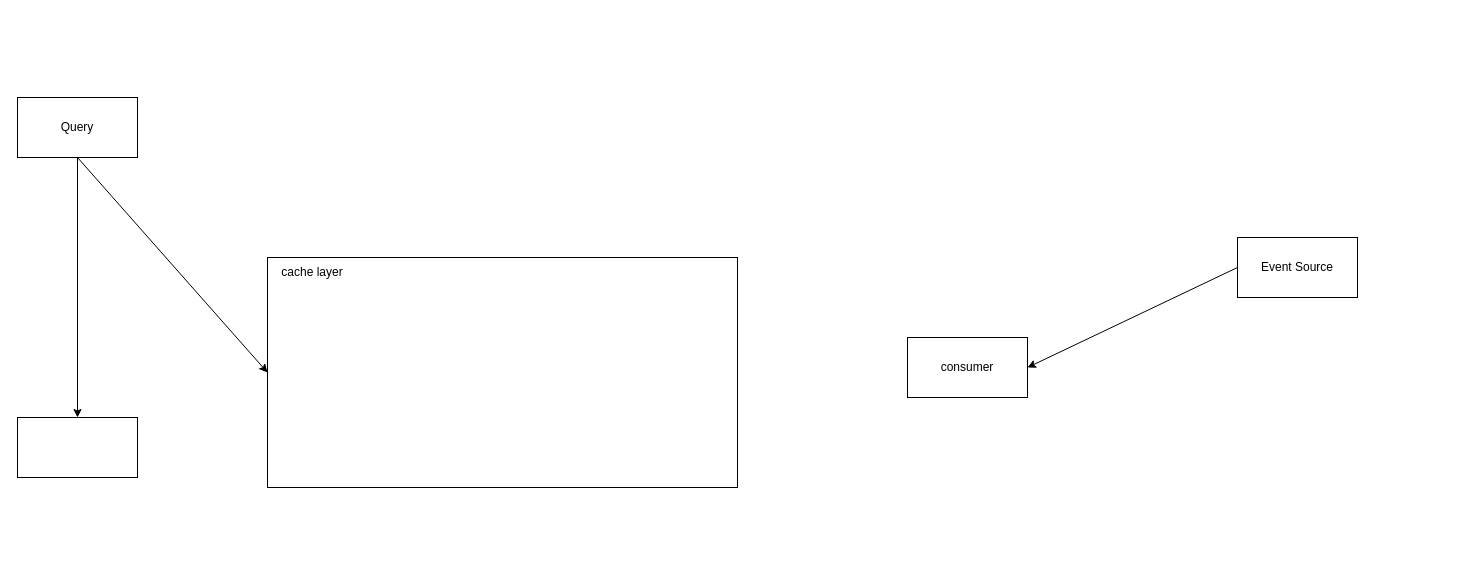
Earlier version of the draw.io diagram caching_server.drawio (xhd2015/bog). Source tidied: cells renumbered, new cells numbered last; positions are measured from the earlier drawing's top-left corner, leaving out a move shared by most shapes. Both pictures are drawn from the tidied source at 100%, with x=0, y=0 at pixel (17, 97).
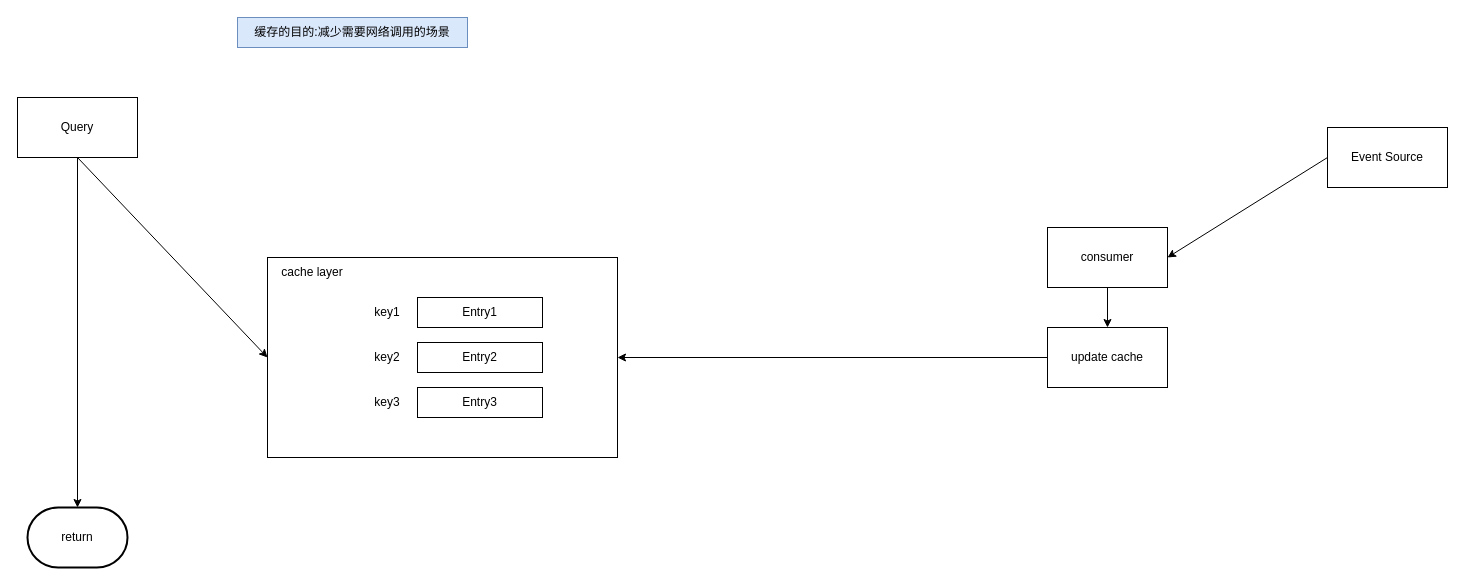
The same page after the edit.

Unchanged cells that the change refers to:
```xml
<mxCell id="2" value="Query" style="rounded=0;whiteSpace=wrap;html=1;" parent="1" vertex="1">
  <mxGeometry width="120" height="60" as="geometry" />
</mxCell>
```

The edit, as a diff of the source:
```diff
@@
     <mxCell id="3" value="Event Source" style="rounded=0;whiteSpace=wrap;html=1;" parent="1" vertex="1">
-      <mxGeometry x="1220" y="140" width="120" height="60" as="geometry" />
+      <mxGeometry x="1310" y="30" width="120" height="60" as="geometry" />
     </mxCell>
     <mxCell id="4" style="rounded=0;whiteSpace=wrap;html=1;" parent="1" vertex="1">
-      <mxGeometry x="250" y="160" width="470" height="230" as="geometry" />
+      <mxGeometry x="250" y="160" width="350" height="200" as="geometry" />
     </mxCell>
@@
     <mxCell id="6" value="consumer" style="rounded=0;whiteSpace=wrap;html=1;" parent="1" vertex="1">
-      <mxGeometry x="890" y="240" width="120" height="60" as="geometry" />
+      <mxGeometry x="1030" y="130" width="120" height="60" as="geometry" />
     </mxCell>
@@
-    <mxCell id="8" style="rounded=0;whiteSpace=wrap;html=1;" parent="1" vertex="1">
-      <mxGeometry y="320" width="120" height="60" as="geometry" />
-    </mxCell>
-    <mxCell id="9" style="endArrow=classic;html=1;rounded=0;exitX=0.5;exitY=1;exitDx=0;exitDy=0;entryX=0.5;entryY=0;entryDx=0;entryDy=0;" parent="1" edge="1" source="2" target="8">
+    <mxCell id="9" style="endArrow=classic;html=1;rounded=0;exitX=0.5;exitY=1;exitDx=0;exitDy=0;entryX=0.5;entryY=0;entryDx=0;entryDy=0;entryPerimeter=0;" parent="1" edge="1" source="2" target="20">
       <mxGeometry relative="1" as="geometry" />
     </mxCell>
@@
+    <mxCell id="11" value="update cache" style="rounded=0;whiteSpace=wrap;html=1;" parent="1" vertex="1">
+      <mxGeometry x="1030" y="230" width="120" height="60" as="geometry" />
+    </mxCell>
+    <mxCell id="12" style="endArrow=classic;html=1;rounded=0;exitX=0.5;exitY=1;exitDx=0;exitDy=0;entryX=0.5;entryY=0;entryDx=0;entryDy=0;" parent="1" edge="1" source="6" target="11">
+      <mxGeometry relative="1" as="geometry" />
+    </mxCell>
+    <mxCell id="13" style="endArrow=classic;html=1;rounded=0;entryX=1;entryY=0.5;entryDx=0;entryDy=0;exitX=0;exitY=0.5;exitDx=0;exitDy=0;" parent="1" edge="1" source="11" target="4">
+      <mxGeometry relative="1" as="geometry" />
+    </mxCell>
+    <mxCell id="14" value="Entry1" style="rounded=0;whiteSpace=wrap;html=1;" parent="1" vertex="1">
+      <mxGeometry x="400" y="200" width="125" height="30" as="geometry" />
+    </mxCell>
+    <mxCell id="15" value="key1" style="text;html=1;strokeColor=none;fillColor=none;align=center;verticalAlign=middle;whiteSpace=wrap;rounded=0;" parent="1" vertex="1">
+      <mxGeometry x="340" y="200" width="60" height="30" as="geometry" />
+    </mxCell>
+    <mxCell id="16" value="Entry2" style="rounded=0;whiteSpace=wrap;html=1;" parent="1" vertex="1">
+      <mxGeometry x="400" y="245" width="125" height="30" as="geometry" />
+    </mxCell>
+    <mxCell id="17" value="key2" style="text;html=1;strokeColor=none;fillColor=none;align=center;verticalAlign=middle;whiteSpace=wrap;rounded=0;" parent="1" vertex="1">
+      <mxGeometry x="340" y="245" width="60" height="30" as="geometry" />
+    </mxCell>
+    <mxCell id="18" value="Entry3" style="rounded=0;whiteSpace=wrap;html=1;" parent="1" vertex="1">
+      <mxGeometry x="400" y="290" width="125" height="30" as="geometry" />
+    </mxCell>
+    <mxCell id="19" value="key3" style="text;html=1;strokeColor=none;fillColor=none;align=center;verticalAlign=middle;whiteSpace=wrap;rounded=0;" parent="1" vertex="1">
+      <mxGeometry x="340" y="290" width="60" height="30" as="geometry" />
+    </mxCell>
+    <mxCell id="20" value="return" style="strokeWidth=2;html=1;shape=mxgraph.flowchart.terminator;whiteSpace=wrap;" parent="1" vertex="1">
+      <mxGeometry x="10" y="410" width="100" height="60" as="geometry" />
+    </mxCell>
+    <mxCell id="21" value="缓存的目的:减少需要网络调用的场景" style="text;html=1;strokeColor=#6c8ebf;fillColor=#dae8fc;align=center;verticalAlign=middle;whiteSpace=wrap;rounded=0;" parent="1" vertex="1">
+      <mxGeometry x="220" y="-80" width="230" height="30" as="geometry" />
+    </mxCell>
```
